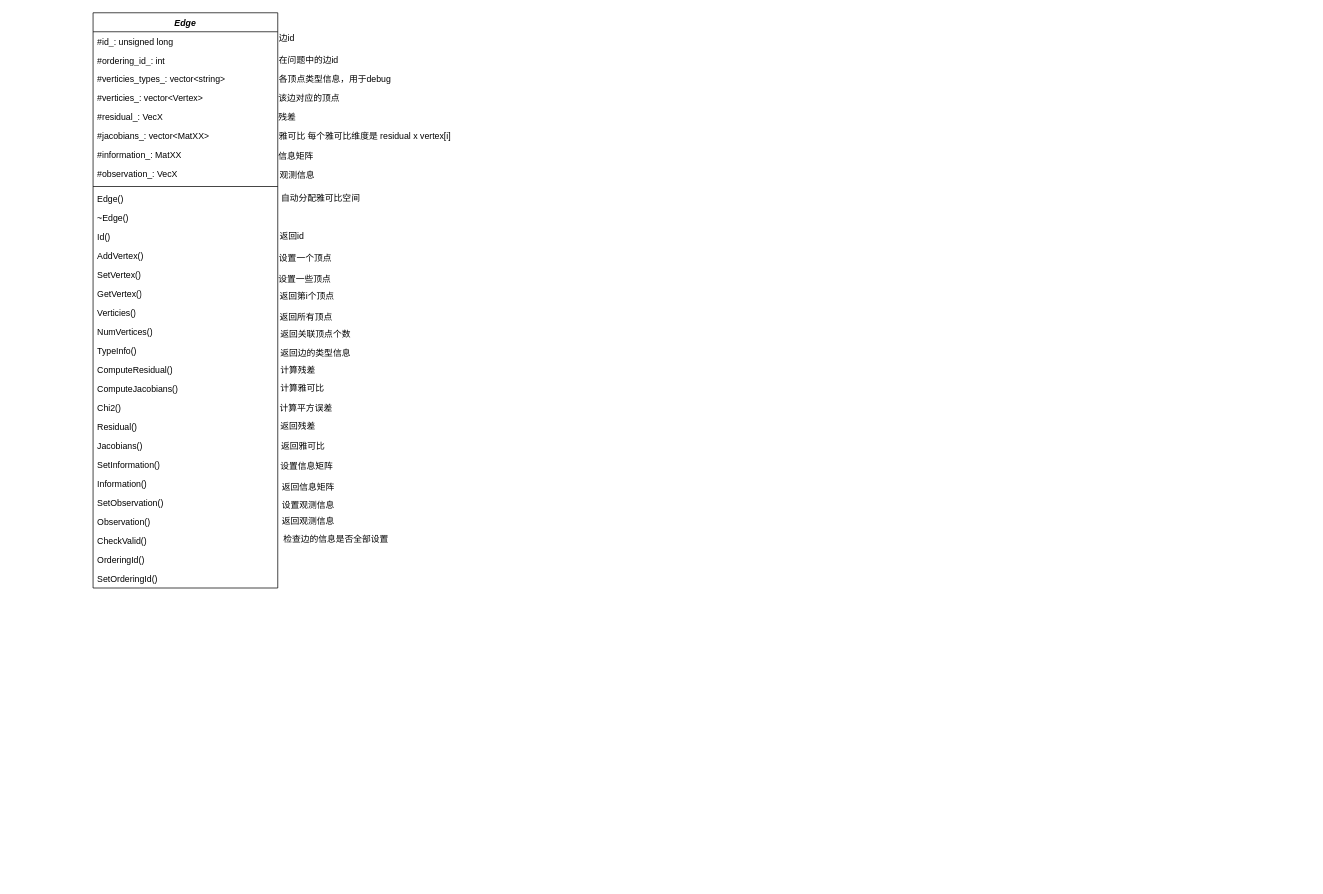
Before: edge.drawio in liu-moon/img, a draw.io diagram. Source tidied: cells renumbered, new cells numbered last; positions are measured from the earlier drawing's top-left corner, leaving out a move shared by most shapes. Both pictures are drawn from the tidied source at 73%, with x=0, y=0 at pixel (93, 12).
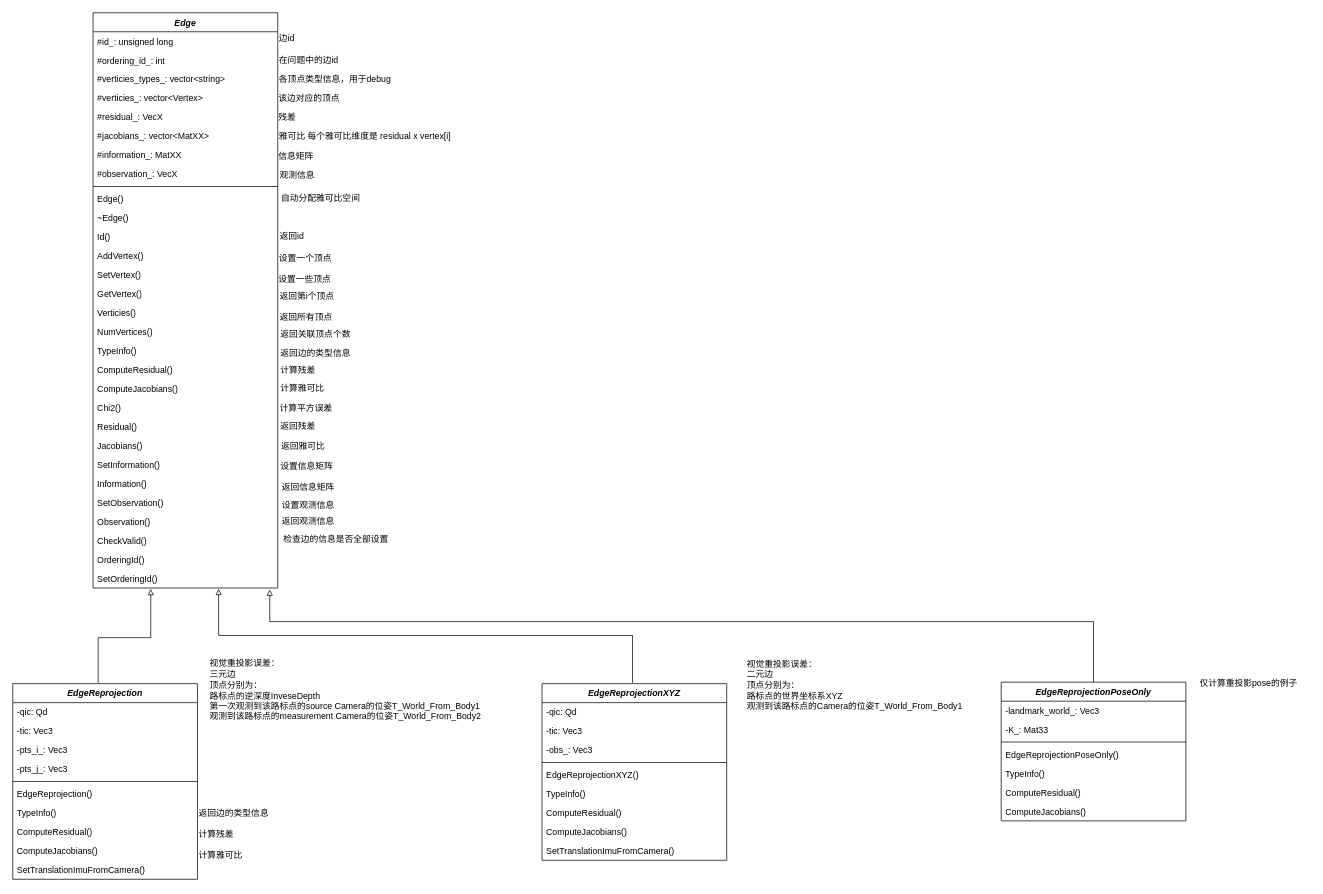
The same diagram, later.

What changed in the source:
```diff
@@
+    <mxCell id="59" style="endArrow=block;html=1;rounded=0;entryX=0.407;entryY=1.125;entryDx=0;entryDy=0;entryPerimeter=0;edgeStyle=orthogonalEdgeStyle;endFill=0;" parent="1" edge="1">
+      <mxGeometry relative="1" as="geometry">
+        <mxPoint x="7" y="918" as="sourcePoint" />
+        <mxPoint x="79" y="789.2" as="targetPoint" />
+        <Array as="points">
+          <mxPoint x="7" y="918" />
+          <mxPoint x="7" y="856" />
+          <mxPoint x="79" y="856" />
+        </Array>
+      </mxGeometry>
+    </mxCell>
+    <mxCell id="60" value="&lt;i&gt;EdgeReprojection&lt;/i&gt;" style="swimlane;fontStyle=1;align=center;verticalAlign=top;horizontal=1;startSize=26;whiteSpace=wrap;html=1;" parent="1" vertex="1">
+      <mxGeometry x="-110" y="919" width="253" height="268" as="geometry" />
+    </mxCell>
+    <mxCell id="61" value="-qic: Qd" style="text;strokeColor=none;fillColor=none;align=left;verticalAlign=top;spacingLeft=4;spacingRight=4;overflow=hidden;whiteSpace=wrap;html=1;" parent="60" vertex="1">
+      <mxGeometry y="26" width="253" height="26" as="geometry" />
+    </mxCell>
+    <mxCell id="62" value="-tic: Vec3" style="text;strokeColor=none;fillColor=none;align=left;verticalAlign=top;spacingLeft=4;spacingRight=4;overflow=hidden;whiteSpace=wrap;html=1;" parent="60" vertex="1">
+      <mxGeometry y="52" width="253" height="26" as="geometry" />
+    </mxCell>
+    <mxCell id="63" value="-pts_i_: Vec3" style="text;strokeColor=none;fillColor=none;align=left;verticalAlign=top;spacingLeft=4;spacingRight=4;overflow=hidden;whiteSpace=wrap;html=1;" parent="60" vertex="1">
+      <mxGeometry y="78" width="253" height="26" as="geometry" />
+    </mxCell>
+    <mxCell id="64" value="-pts_j_: Vec3" style="text;strokeColor=none;fillColor=none;align=left;verticalAlign=top;spacingLeft=4;spacingRight=4;overflow=hidden;whiteSpace=wrap;html=1;" parent="60" vertex="1">
+      <mxGeometry y="104" width="253" height="26" as="geometry" />
+    </mxCell>
+    <mxCell id="65" style="line;strokeWidth=1;fillColor=none;align=left;verticalAlign=middle;spacingTop=-1;spacingLeft=3;spacingRight=3;labelPosition=right;strokeColor=inherit;" parent="60" vertex="1">
+      <mxGeometry y="130" width="253" height="8" as="geometry" />
+    </mxCell>
+    <mxCell id="66" value="EdgeReprojection()" style="text;strokeColor=none;fillColor=none;align=left;verticalAlign=top;spacingLeft=4;spacingRight=4;overflow=hidden;whiteSpace=wrap;html=1;" parent="60" vertex="1">
+      <mxGeometry y="138" width="253" height="26" as="geometry" />
+    </mxCell>
+    <mxCell id="67" value="TypeInfo()" style="text;strokeColor=none;fillColor=none;align=left;verticalAlign=top;spacingLeft=4;spacingRight=4;overflow=hidden;whiteSpace=wrap;html=1;" parent="60" vertex="1">
+      <mxGeometry y="164" width="253" height="26" as="geometry" />
+    </mxCell>
+    <mxCell id="68" value="ComputeResidual()" style="text;strokeColor=none;fillColor=none;align=left;verticalAlign=top;spacingLeft=4;spacingRight=4;overflow=hidden;whiteSpace=wrap;html=1;" parent="60" vertex="1">
+      <mxGeometry y="190" width="253" height="26" as="geometry" />
+    </mxCell>
+    <mxCell id="69" value="ComputeJacobians()" style="text;strokeColor=none;fillColor=none;align=left;verticalAlign=top;spacingLeft=4;spacingRight=4;overflow=hidden;whiteSpace=wrap;html=1;" parent="60" vertex="1">
+      <mxGeometry y="216" width="253" height="26" as="geometry" />
+    </mxCell>
+    <mxCell id="70" value="SetTranslationImuFromCamera()" style="text;strokeColor=none;fillColor=none;align=left;verticalAlign=top;spacingLeft=4;spacingRight=4;overflow=hidden;whiteSpace=wrap;html=1;" parent="60" vertex="1">
+      <mxGeometry y="242" width="253" height="26" as="geometry" />
+    </mxCell>
+    <mxCell id="71" value="视觉重投影误差：&lt;div&gt;三元边&lt;br&gt;顶点分别为：&lt;/div&gt;&lt;div&gt;路标点的逆深度InveseDepth&lt;br&gt;第一次观测到该路标点的source Camera的位姿T_World_From_Body1&lt;br&gt;观测到该路标点的measurement Camera的位姿&lt;span style=&quot;background-color: initial;&quot;&gt;T_World_From_Body2&lt;/span&gt;&lt;/div&gt;" style="text;html=1;align=left;verticalAlign=middle;strokeColor=none;fillColor=none;" parent="1" vertex="1">
+      <mxGeometry x="157.5" y="878" width="391" height="99" as="geometry" />
+    </mxCell>
+    <mxCell id="72" value="返回边的类型信息" style="text;html=1;align=left;verticalAlign=middle;strokeColor=none;fillColor=none;" parent="1" vertex="1">
+      <mxGeometry x="143" y="1083" width="115" height="27" as="geometry" />
+    </mxCell>
+    <mxCell id="73" value="计算残差" style="text;html=1;align=left;verticalAlign=middle;strokeColor=none;fillColor=none;" parent="1" vertex="1">
+      <mxGeometry x="143" y="1111" width="67" height="27" as="geometry" />
+    </mxCell>
+    <mxCell id="74" value="计算雅可比" style="text;html=1;align=left;verticalAlign=middle;strokeColor=none;fillColor=none;" parent="1" vertex="1">
+      <mxGeometry x="143" y="1140" width="79" height="27" as="geometry" />
+    </mxCell>
+    <mxCell id="75" value="&lt;i&gt;EdgeReprojectionXYZ&lt;/i&gt;" style="swimlane;fontStyle=1;align=center;verticalAlign=top;horizontal=1;startSize=26;whiteSpace=wrap;html=1;" parent="1" vertex="1">
+      <mxGeometry x="615" y="919" width="253" height="242" as="geometry" />
+    </mxCell>
+    <mxCell id="76" value="-qic: Qd" style="text;strokeColor=none;fillColor=none;align=left;verticalAlign=top;spacingLeft=4;spacingRight=4;overflow=hidden;whiteSpace=wrap;html=1;" parent="75" vertex="1">
+      <mxGeometry y="26" width="253" height="26" as="geometry" />
+    </mxCell>
+    <mxCell id="77" value="-tic: Vec3" style="text;strokeColor=none;fillColor=none;align=left;verticalAlign=top;spacingLeft=4;spacingRight=4;overflow=hidden;whiteSpace=wrap;html=1;" parent="75" vertex="1">
+      <mxGeometry y="52" width="253" height="26" as="geometry" />
+    </mxCell>
+    <mxCell id="78" value="-obs_: Vec3" style="text;strokeColor=none;fillColor=none;align=left;verticalAlign=top;spacingLeft=4;spacingRight=4;overflow=hidden;whiteSpace=wrap;html=1;" parent="75" vertex="1">
+      <mxGeometry y="78" width="253" height="26" as="geometry" />
+    </mxCell>
+    <mxCell id="79" style="line;strokeWidth=1;fillColor=none;align=left;verticalAlign=middle;spacingTop=-1;spacingLeft=3;spacingRight=3;labelPosition=right;strokeColor=inherit;" parent="75" vertex="1">
+      <mxGeometry y="104" width="253" height="8" as="geometry" />
+    </mxCell>
+    <mxCell id="80" value="EdgeReprojectionXYZ()" style="text;strokeColor=none;fillColor=none;align=left;verticalAlign=top;spacingLeft=4;spacingRight=4;overflow=hidden;whiteSpace=wrap;html=1;" parent="75" vertex="1">
+      <mxGeometry y="112" width="253" height="26" as="geometry" />
+    </mxCell>
+    <mxCell id="81" value="TypeInfo()" style="text;strokeColor=none;fillColor=none;align=left;verticalAlign=top;spacingLeft=4;spacingRight=4;overflow=hidden;whiteSpace=wrap;html=1;" parent="75" vertex="1">
+      <mxGeometry y="138" width="253" height="26" as="geometry" />
+    </mxCell>
+    <mxCell id="82" value="ComputeResidual()" style="text;strokeColor=none;fillColor=none;align=left;verticalAlign=top;spacingLeft=4;spacingRight=4;overflow=hidden;whiteSpace=wrap;html=1;" parent="75" vertex="1">
+      <mxGeometry y="164" width="253" height="26" as="geometry" />
+    </mxCell>
+    <mxCell id="83" value="ComputeJacobians()" style="text;strokeColor=none;fillColor=none;align=left;verticalAlign=top;spacingLeft=4;spacingRight=4;overflow=hidden;whiteSpace=wrap;html=1;" parent="75" vertex="1">
+      <mxGeometry y="190" width="253" height="26" as="geometry" />
+    </mxCell>
+    <mxCell id="84" value="SetTranslationImuFromCamera()" style="text;strokeColor=none;fillColor=none;align=left;verticalAlign=top;spacingLeft=4;spacingRight=4;overflow=hidden;whiteSpace=wrap;html=1;" parent="75" vertex="1">
+      <mxGeometry y="216" width="253" height="26" as="geometry" />
+    </mxCell>
+    <mxCell id="85" value="视觉重投影误差：&lt;div&gt;二元边&lt;br&gt;顶点分别为：&lt;/div&gt;&lt;div&gt;路标点的世界坐标系XYZ&lt;/div&gt;&lt;div&gt;观测到该路标点的Camera的位姿T_World_From_Body1&lt;br&gt;&lt;/div&gt;" style="text;html=1;align=left;verticalAlign=middle;strokeColor=none;fillColor=none;" parent="1" vertex="1">
+      <mxGeometry x="894" y="878" width="314" height="85" as="geometry" />
+    </mxCell>
+    <mxCell id="86" style="endArrow=block;html=1;rounded=0;edgeStyle=orthogonalEdgeStyle;endFill=0;" parent="1" edge="1">
+      <mxGeometry relative="1" as="geometry">
+        <mxPoint x="739" y="918" as="sourcePoint" />
+        <mxPoint x="172" y="789" as="targetPoint" />
+        <Array as="points">
+          <mxPoint x="739" y="853" />
+          <mxPoint x="172" y="853" />
+        </Array>
+      </mxGeometry>
+    </mxCell>
+    <mxCell id="87" value="&lt;i&gt;EdgeReprojectionPoseOnly&lt;/i&gt;" style="swimlane;fontStyle=1;align=center;verticalAlign=top;horizontal=1;startSize=26;whiteSpace=wrap;html=1;" parent="1" vertex="1">
+      <mxGeometry x="1244" y="917" width="253" height="190" as="geometry" />
+    </mxCell>
+    <mxCell id="88" value="-landmark_world_: Vec3" style="text;strokeColor=none;fillColor=none;align=left;verticalAlign=top;spacingLeft=4;spacingRight=4;overflow=hidden;whiteSpace=wrap;html=1;" parent="87" vertex="1">
+      <mxGeometry y="26" width="253" height="26" as="geometry" />
+    </mxCell>
+    <mxCell id="89" value="-K_: Mat33" style="text;strokeColor=none;fillColor=none;align=left;verticalAlign=top;spacingLeft=4;spacingRight=4;overflow=hidden;whiteSpace=wrap;html=1;" parent="87" vertex="1">
+      <mxGeometry y="52" width="253" height="26" as="geometry" />
+    </mxCell>
+    <mxCell id="90" style="line;strokeWidth=1;fillColor=none;align=left;verticalAlign=middle;spacingTop=-1;spacingLeft=3;spacingRight=3;labelPosition=right;strokeColor=inherit;" parent="87" vertex="1">
+      <mxGeometry y="78" width="253" height="8" as="geometry" />
+    </mxCell>
+    <mxCell id="91" value="EdgeReprojectionPoseOnly()" style="text;strokeColor=none;fillColor=none;align=left;verticalAlign=top;spacingLeft=4;spacingRight=4;overflow=hidden;whiteSpace=wrap;html=1;" parent="87" vertex="1">
+      <mxGeometry y="86" width="253" height="26" as="geometry" />
+    </mxCell>
+    <mxCell id="92" value="TypeInfo()" style="text;strokeColor=none;fillColor=none;align=left;verticalAlign=top;spacingLeft=4;spacingRight=4;overflow=hidden;whiteSpace=wrap;html=1;" parent="87" vertex="1">
+      <mxGeometry y="112" width="253" height="26" as="geometry" />
+    </mxCell>
+    <mxCell id="93" value="ComputeResidual()" style="text;strokeColor=none;fillColor=none;align=left;verticalAlign=top;spacingLeft=4;spacingRight=4;overflow=hidden;whiteSpace=wrap;html=1;" parent="87" vertex="1">
+      <mxGeometry y="138" width="253" height="26" as="geometry" />
+    </mxCell>
+    <mxCell id="94" value="ComputeJacobians()" style="text;strokeColor=none;fillColor=none;align=left;verticalAlign=top;spacingLeft=4;spacingRight=4;overflow=hidden;whiteSpace=wrap;html=1;" parent="87" vertex="1">
+      <mxGeometry y="164" width="253" height="26" as="geometry" />
+    </mxCell>
+    <mxCell id="95" value="仅计算重投影pose的例子" style="text;html=1;align=left;verticalAlign=middle;strokeColor=none;fillColor=none;" parent="1" vertex="1">
+      <mxGeometry x="1514" y="905" width="153" height="27" as="geometry" />
+    </mxCell>
+    <mxCell id="96" style="endArrow=block;html=1;rounded=0;edgeStyle=orthogonalEdgeStyle;endFill=0;exitX=0.5;exitY=0;exitDx=0;exitDy=0;" parent="1" edge="1" source="87">
+      <mxGeometry relative="1" as="geometry">
+        <mxPoint x="242" y="790" as="targetPoint" />
+        <Array as="points">
+          <mxPoint x="1371" y="834" />
+          <mxPoint x="242" y="834" />
+        </Array>
+      </mxGeometry>
+    </mxCell>
```
